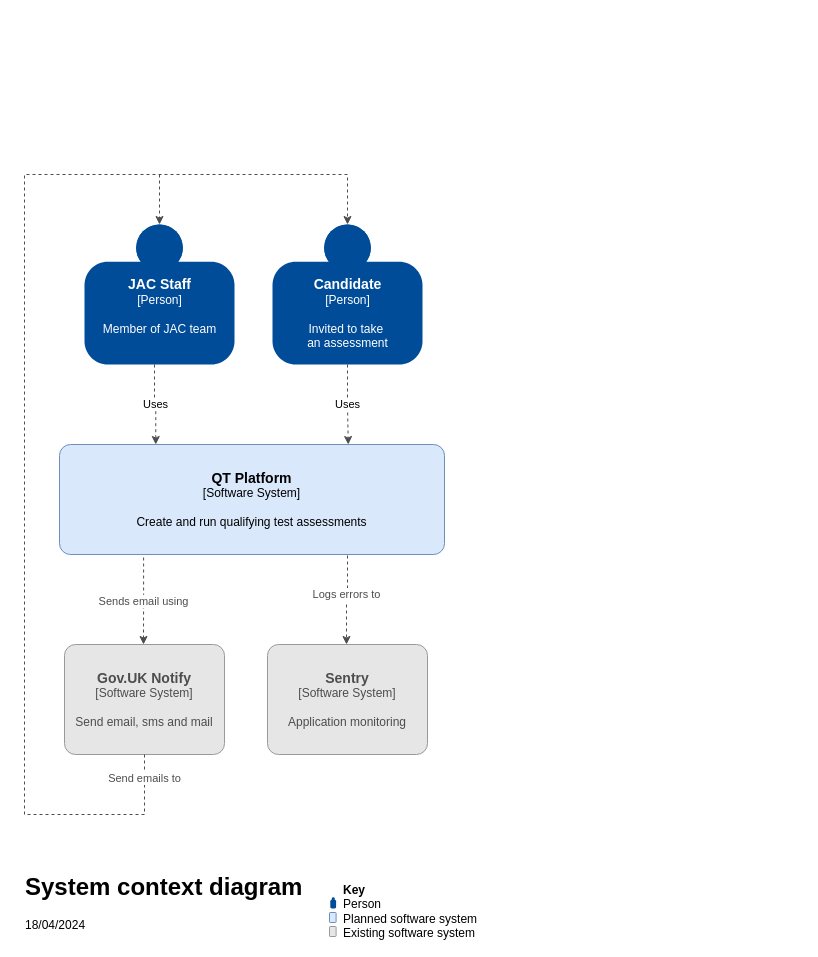
Above: page "Context" (1 of 3) of docs/architecture/jac-qt-platform-architecture.drawio in jac-uk/documentation (draw.io), before the change. Source tidied: cells renumbered, new cells numbered last; positions are measured from the earlier drawing's top-left corner, leaving out a move shared by most shapes. Both pictures are drawn from the tidied source at 100%, with x=0, y=0 at pixel (20, 174).
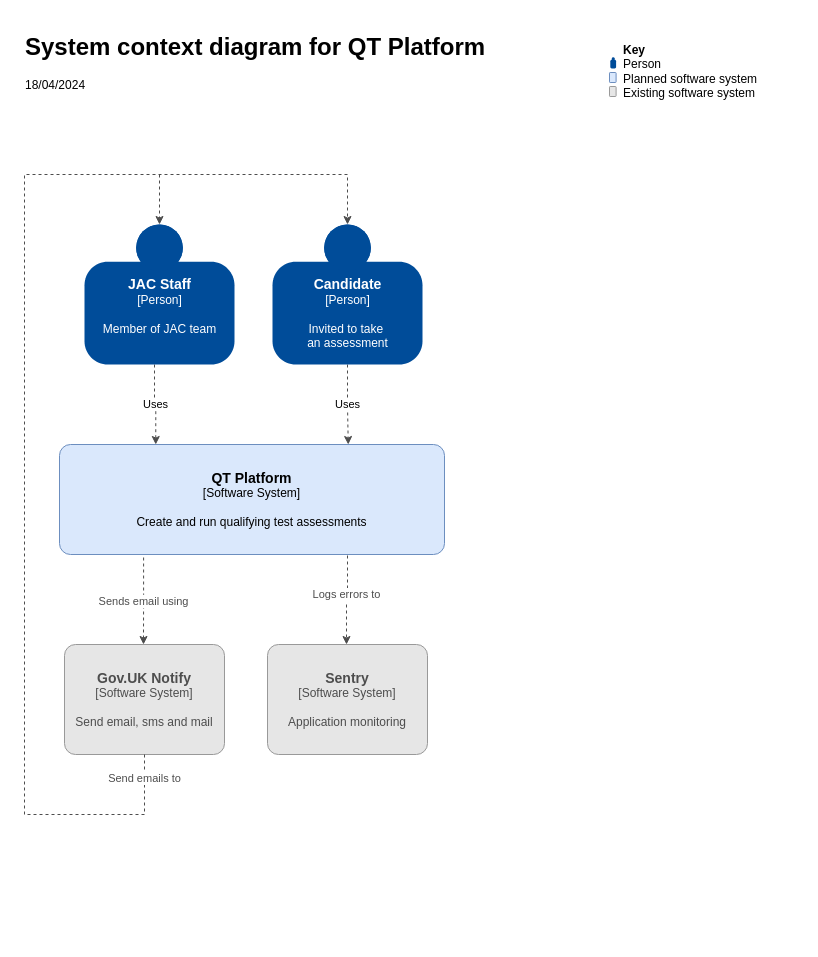
Above is the later version.

Diff of the diagram source:
```diff
@@
-    <mxCell id="15" value="&lt;h1&gt;System context diagram&lt;br&gt;&lt;/h1&gt;&lt;p&gt;18/04/2024&lt;/p&gt;" style="text;html=1;strokeColor=none;fillColor=none;spacing=5;spacingTop=-20;whiteSpace=wrap;overflow=hidden;rounded=0;align=left;" parent="1" vertex="1">
-      <mxGeometry y="693" width="355" height="70" as="geometry" />
+    <mxCell id="15" value="&lt;h1&gt;System context diagram for QT Platform&lt;br&gt;&lt;/h1&gt;&lt;p&gt;18/04/2024&lt;/p&gt;" style="text;html=1;strokeColor=none;fillColor=none;spacing=5;spacingTop=-20;whiteSpace=wrap;overflow=hidden;rounded=0;align=left;" parent="1" vertex="1">
+      <mxGeometry y="-147" width="504" height="70" as="geometry" />
     </mxCell>
     <mxCell id="16" style="group;" parent="1" vertex="1">
-      <mxGeometry x="309" y="710" width="191" height="53" as="geometry" />
+      <mxGeometry x="589" y="-130" width="191" height="53" as="geometry" />
     </mxCell>
```
